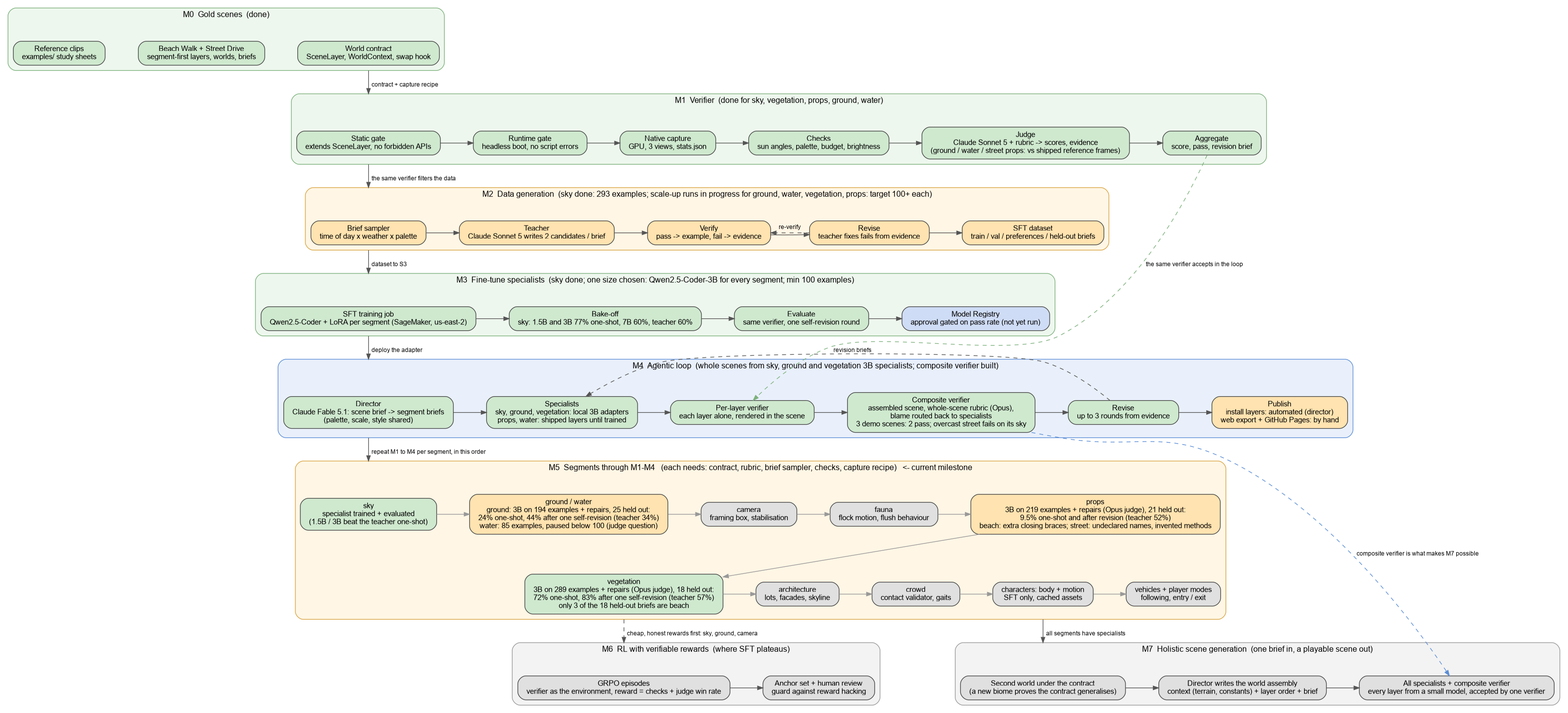
Above: design/pipeline.png in Marc-GenAI-AWS/godot-game (Graphviz), before the change. Its source is kept beside it as design/pipeline.dot.
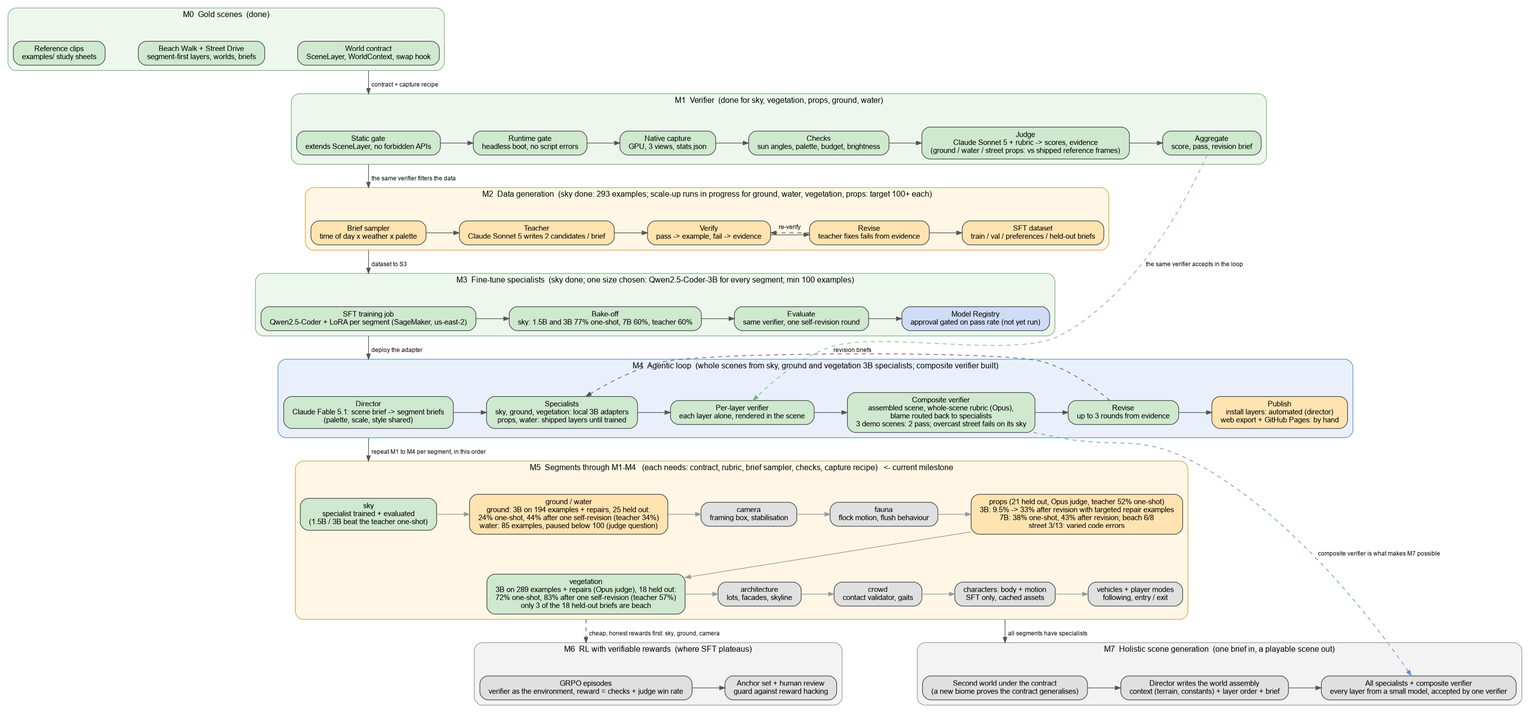
After the change.

Commit message:
Milestone diagram: props 3B with targeted repair examples 33% after revision (from 9.5%); 7B 43% (beach 6/8, street 3/13) vs teacher 52%

Claude-Session: https://claude.ai/code/session_01UAYU2mUDuDd7xzaMngBZ3G

Diff of the diagram source:
```diff
@@ -71,7 +71,7 @@
     g1 [label="ground / water\nground: 3B on 194 examples + repairs, 25 held out:\n24% one-shot, 44% after one self-revision (teacher 34%)\nwater: 85 examples, paused below 100 (judge question)", fillcolor="#ffe3b0"];
     g2 [label="camera\nframing box, stabilisation", fillcolor="#e0e0e0"];
     g3 [label="fauna\nflock motion, flush behaviour", fillcolor="#e0e0e0"];
-    g4 [label="props\n3B on 219 examples + repairs (Opus judge), 21 held out:\n9.5% one-shot and after revision (teacher 52%)\nbeach: extra closing braces; street: undeclared names, invented methods", fillcolor="#ffe3b0"];
+    g4 [label="props (21 held out, Opus judge, teacher 52% one-shot)\n3B: 9.5% -> 33% after revision with targeted repair examples\n7B: 38% one-shot, 43% after revision; beach 6/8\nstreet 3/13: varied code errors", fillcolor="#ffe3b0"];
     g5 [label="vegetation\n3B on 289 examples + repairs (Opus judge), 18 held out:\n72% one-shot, 83% after one self-revision (teacher 57%)\nonly 3 of the 18 held-out briefs are beach", fillcolor="#cfe9cf"];
     g6 [label="architecture\nlots, facades, skyline", fillcolor="#e0e0e0"];
     g7 [label="crowd\ncontact validator, gaits", fillcolor="#e0e0e0"];
```
